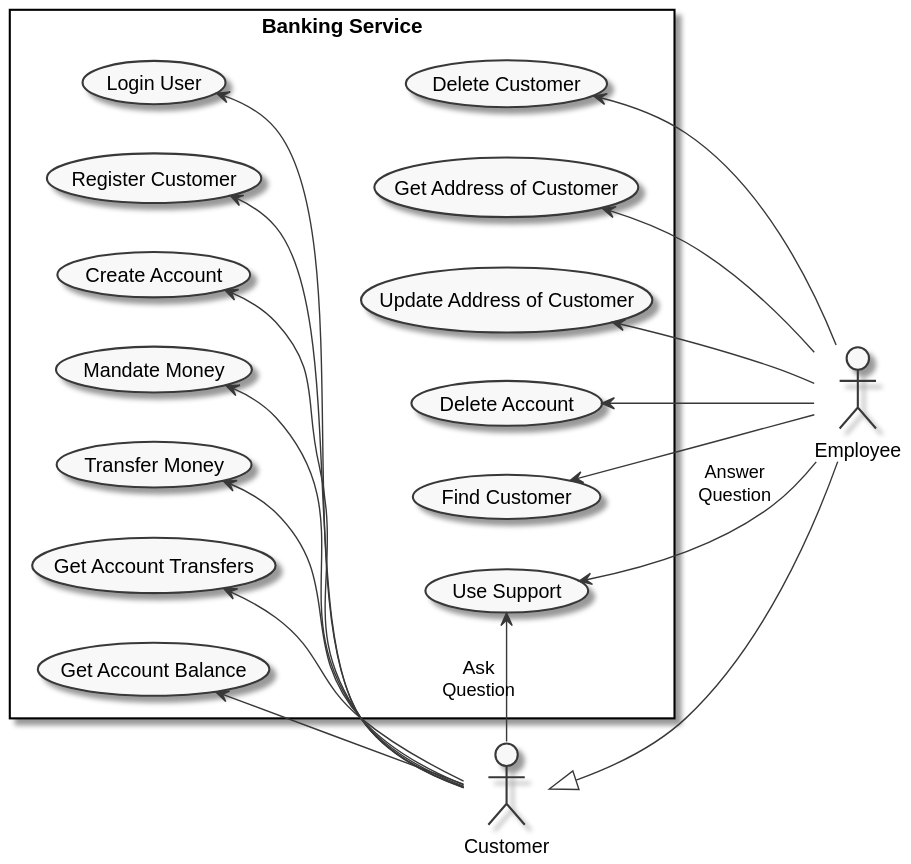
Above: documentation/diagrams/generatedDiagrams/DiagramUseCase_BankingService.svg in SteffBauer/sw_project (PlantUML), before the change.
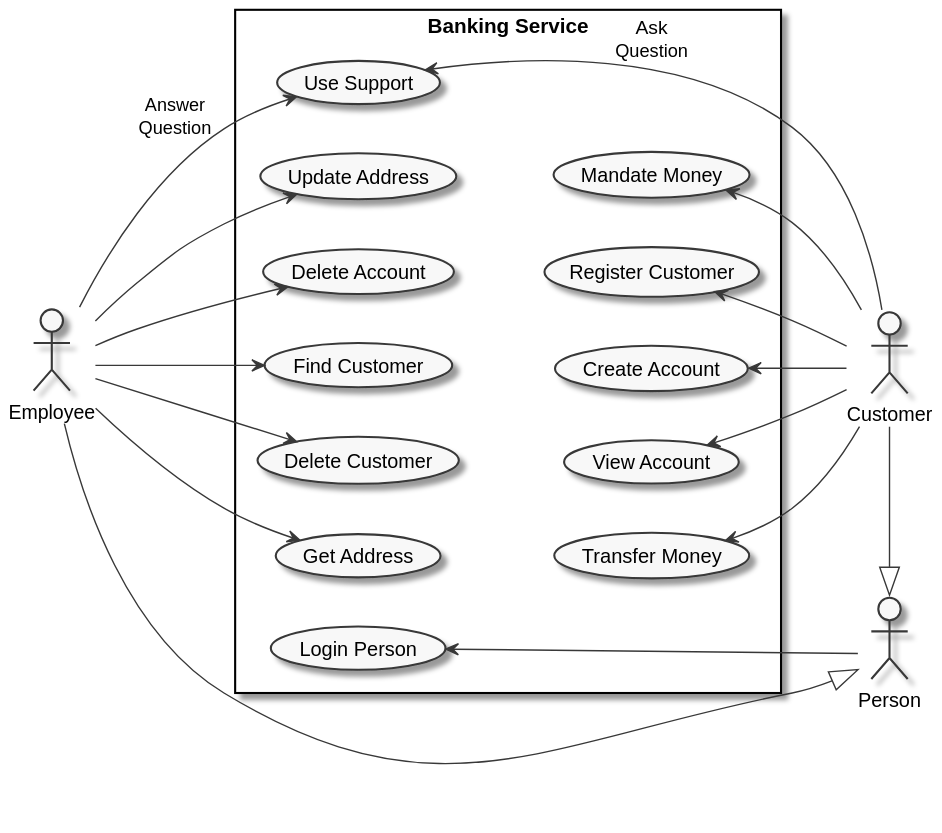
After the commit.

What changed in the source:
```diff
@@ -3,28 +3,29 @@
 left to right direction
 skinparam monochrome true
 
+actor "Person" as p
 actor "Customer" as c
 actor "Employee" as e
 
-c <|-- e
+c -|> p
+p <|-up- e
 
 rectangle "Banking Service" as Banking {
 
   usecase "Create Account" as uc11
   usecase "Find Customer" as uc12
   usecase "Delete Customer" as uc13
-  usecase "Get Address of Customer" as uc14
-  usecase "Update Address of Customer" as uc15
+  usecase "Get Address" as uc14
+  usecase "Update Address" as uc15
   usecase "Mandate Money" as uc16
   usecase "Delete Account" as uc17
 
-  usecase "Login User" as uc21
+  usecase "Login Person" as uc21
 
   usecase "Use Support" as uc31
 
   usecase "Transfer Money" as uc41
-  usecase "Get Account Transfers" as uc42
-  usecase "Get Account Balance" as uc43
+  usecase "View Account" as uc42
   usecase "Register Customer" as uc44
 }
 
@@ -38,7 +39,7 @@
 e --> uc17
 
 
-uc21 <-- c
+uc21 <- p
 
 
 uc31 <-- c : Ask\nQuestion
@@ -47,14 +48,12 @@
 
 uc41 <-- c
 uc42 <-- c
-uc43 <-- c
 uc44 <-- c
 
-uc21 -[hidden]-> uc12
-uc21 -[hidden]-> uc13
-uc21 -[hidden]-> uc14
-uc21 -[hidden]-> uc15
-uc21 -[hidden]-> uc17
-uc44 -[hidden]-> uc31
+uc12 -[hidden]-> uc11
+uc13 -[hidden]-> uc42
+uc14 -[hidden]-> uc41
+uc15 -[hidden]-> uc16
+uc17 -[hidden]-> uc44
 
 @enduml
```
